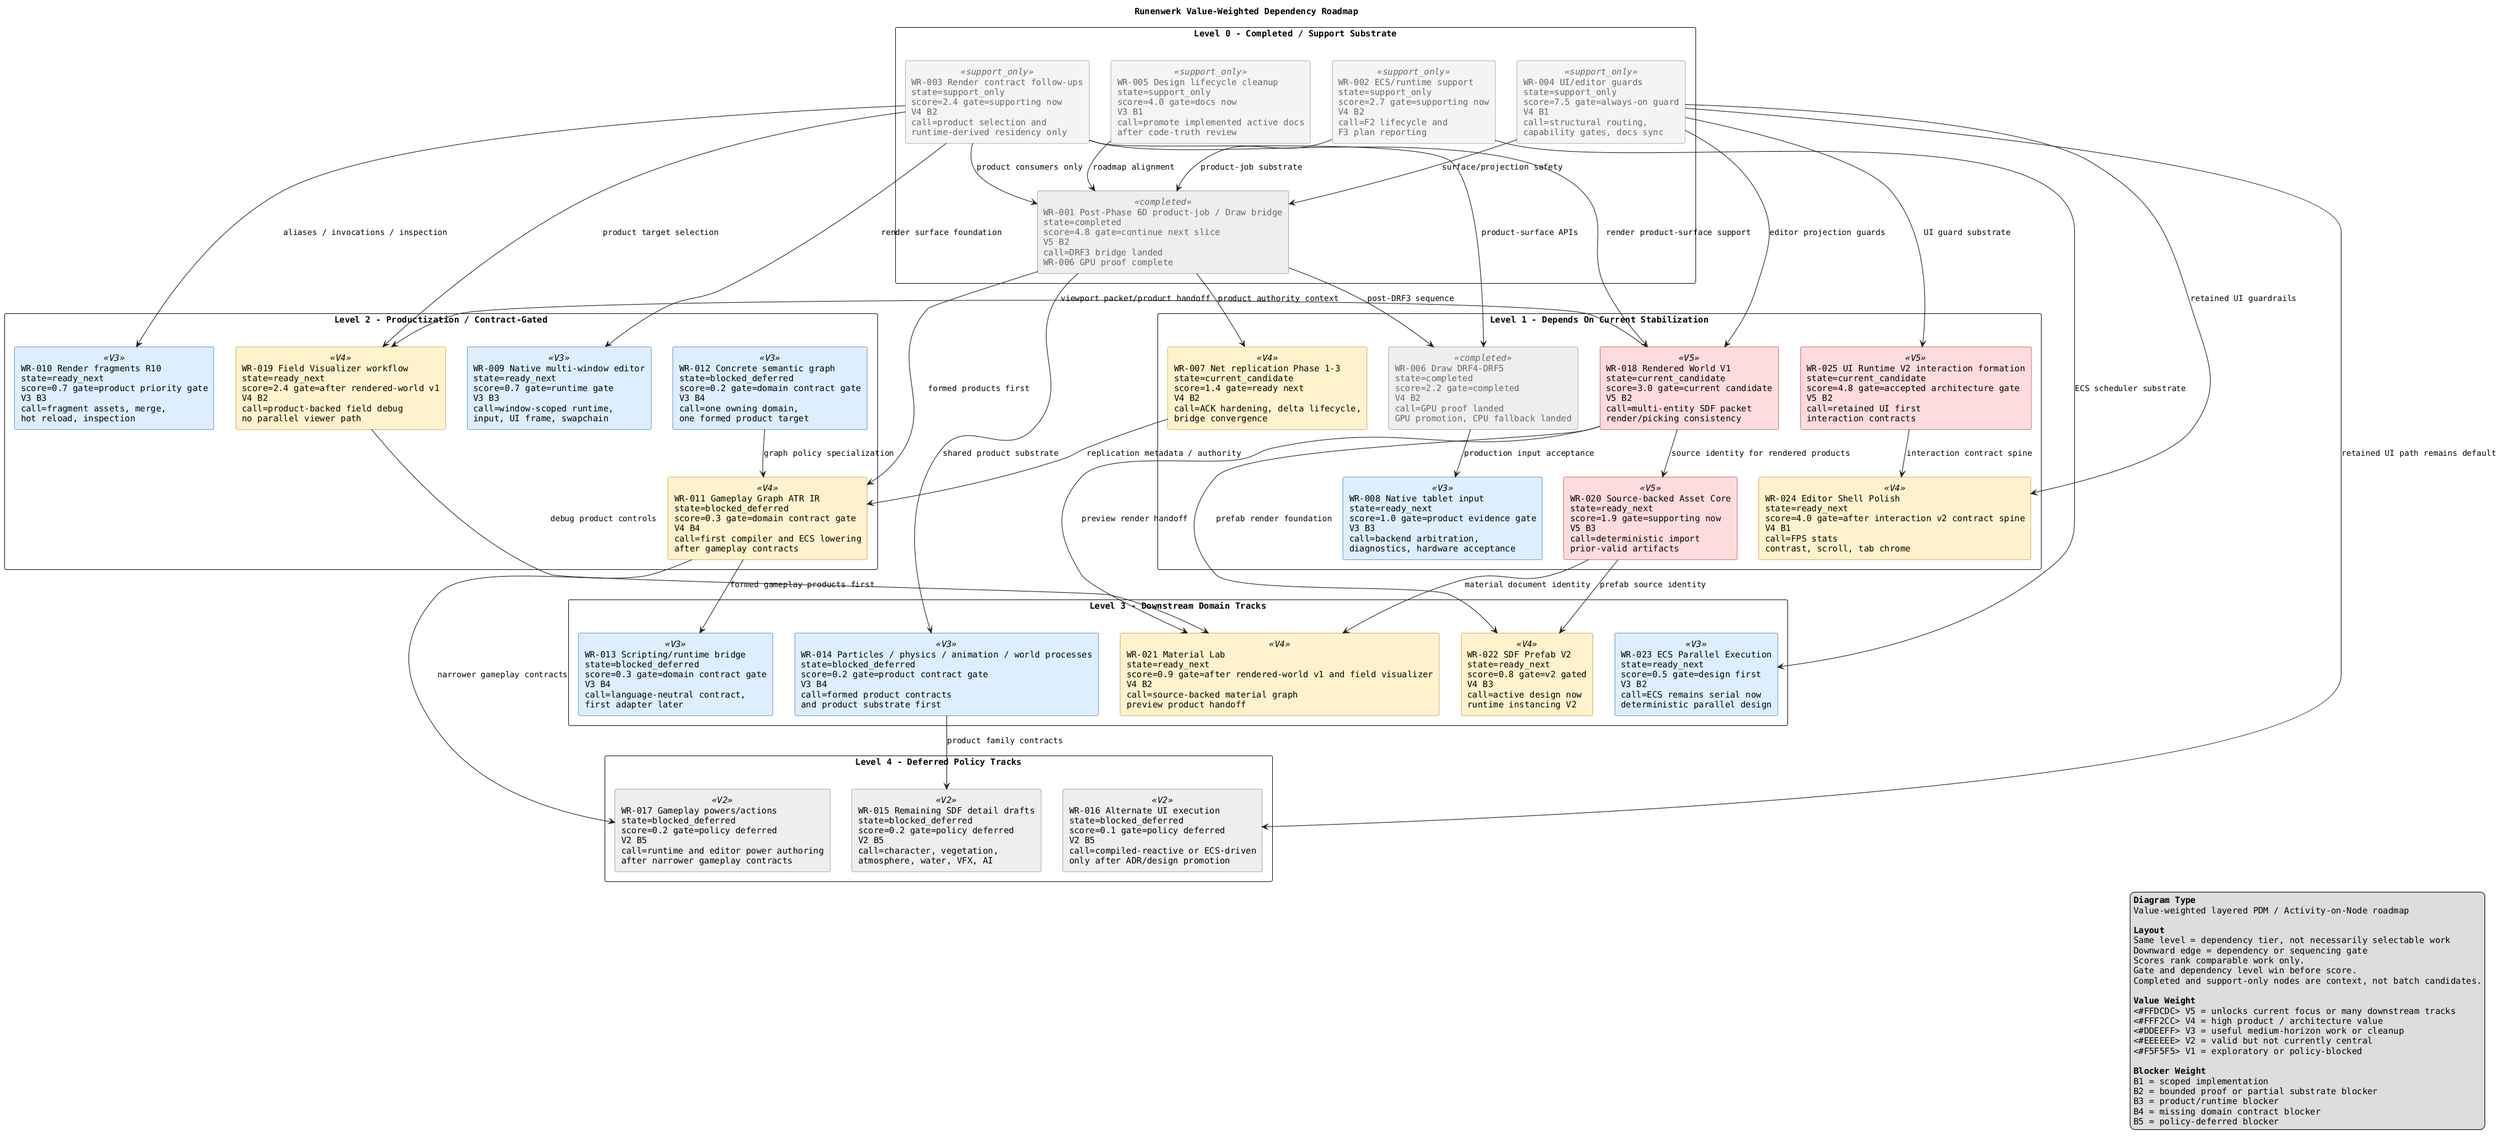
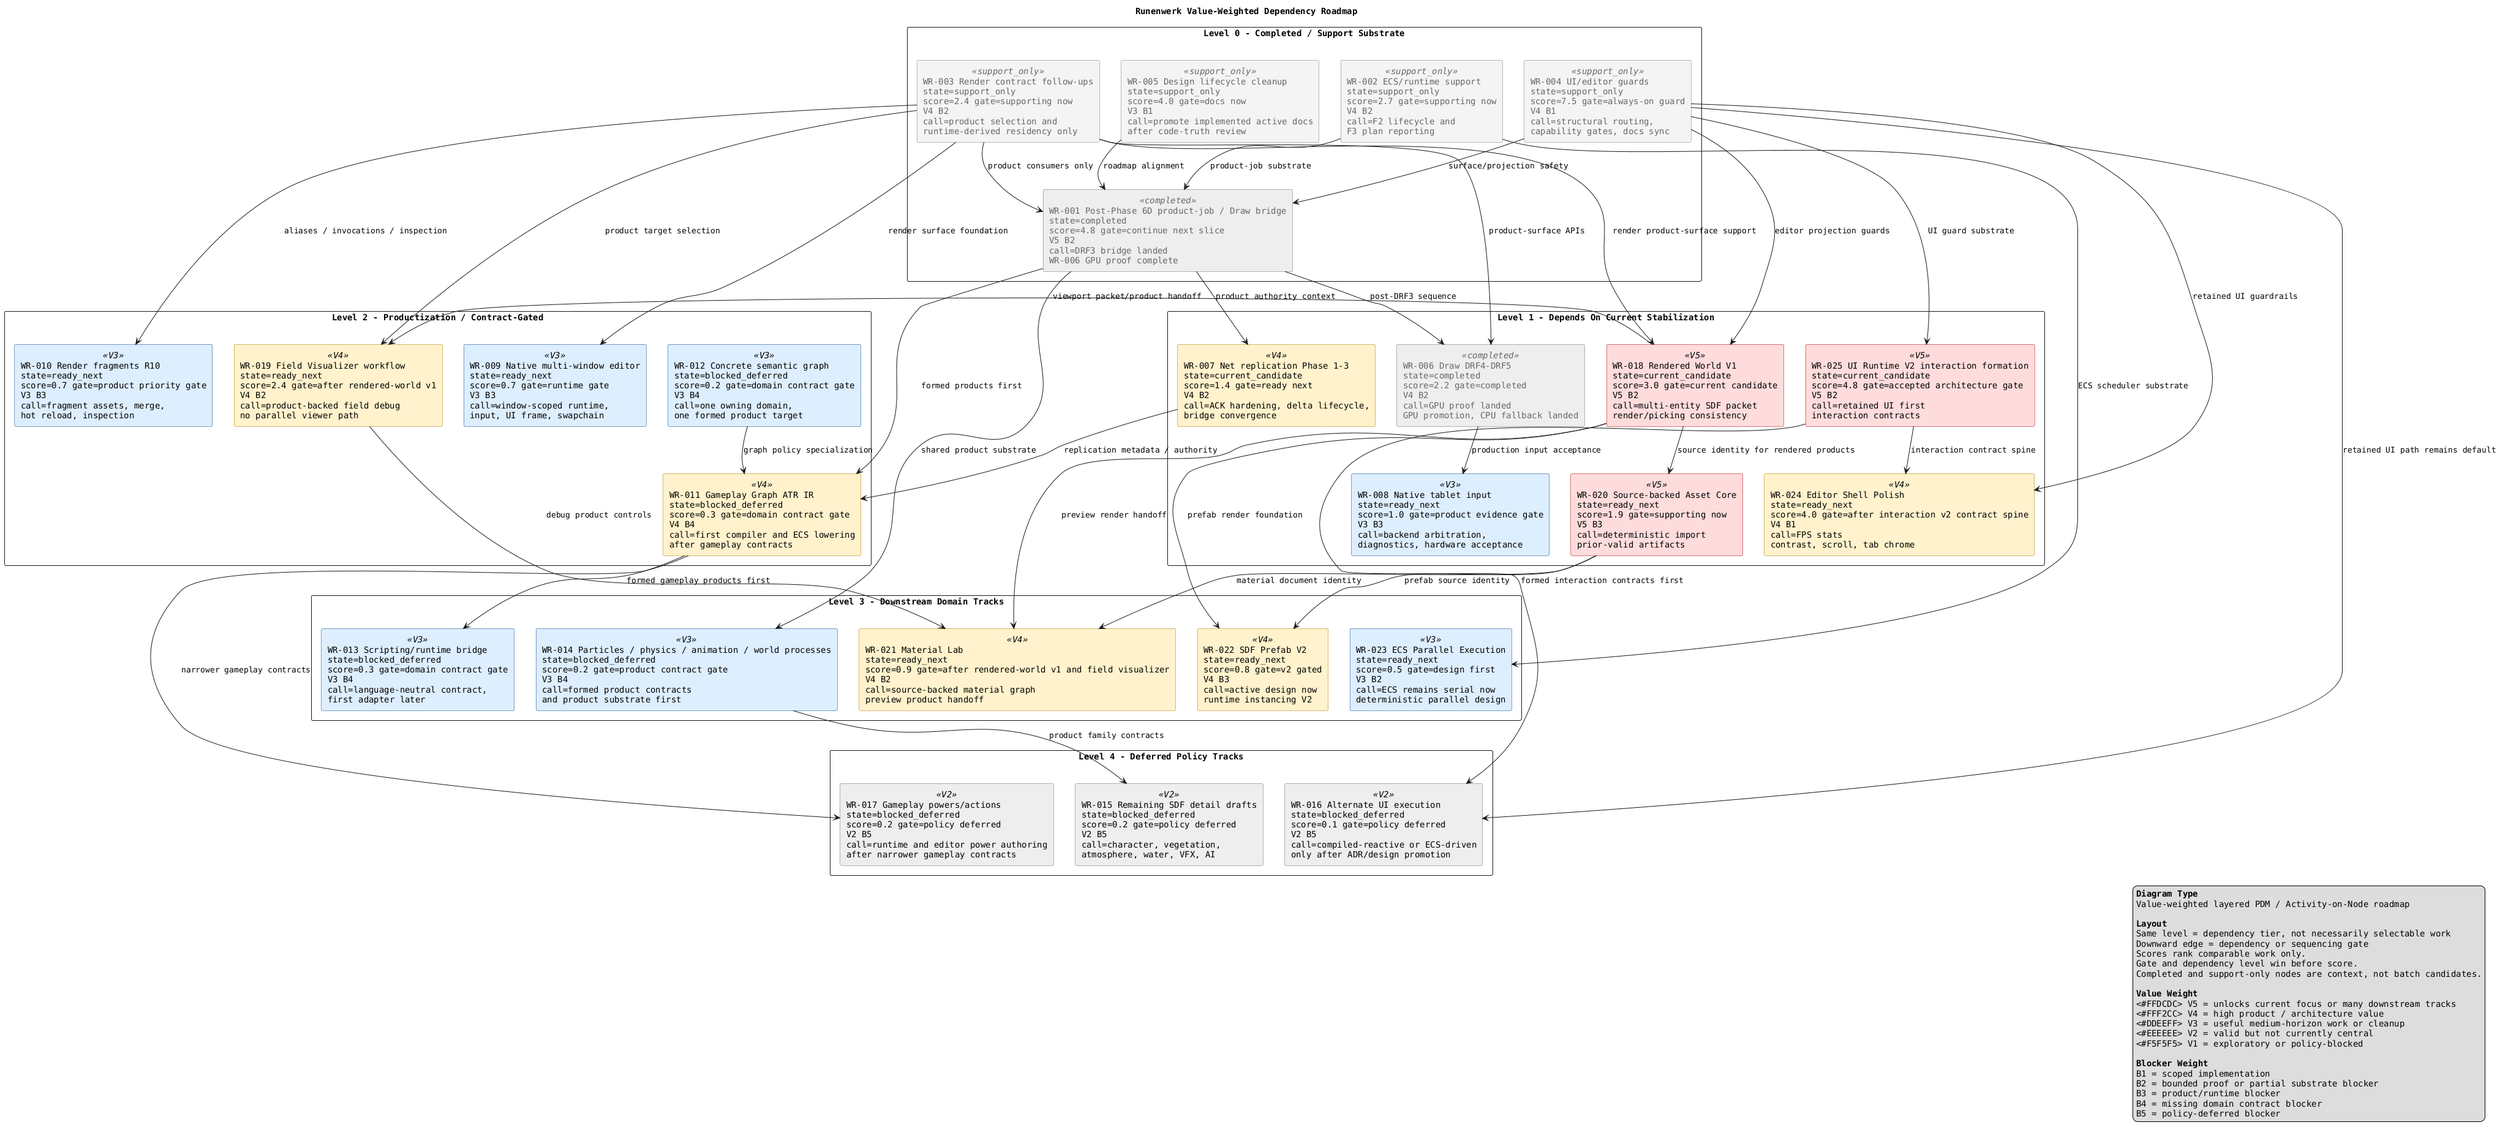
@startuml
title Runenwerk Value-Weighted Dependency Roadmap

top to bottom direction
skinparam componentStyle rectangle
skinparam shadowing false
skinparam packageStyle rectangle
skinparam defaultFontName Monospaced

skinparam component {
  BackgroundColor<<V5>> #FFDCDC
  BorderColor<<V5>> #AA0000
  BackgroundColor<<V4>> #FFF2CC
  BorderColor<<V4>> #AA7700
  BackgroundColor<<V3>> #DDEEFF
  BorderColor<<V3>> #004488
  BackgroundColor<<V2>> #EEEEEE
  BorderColor<<V2>> #666666
  BackgroundColor<<V1>> #F5F5F5
  BorderColor<<V1>> #999999
  BackgroundColor<<completed>> #EEEEEE
  BorderColor<<completed>> #666666
  FontColor<<completed>> #666666
  BackgroundColor<<support_only>> #F4F4F4
  BorderColor<<support_only>> #777777
  FontColor<<support_only>> #666666
}

legend right
  <b>Diagram Type</b>
  Value-weighted layered PDM / Activity-on-Node roadmap

  <b>Layout</b>
  Same level = dependency tier, not necessarily selectable work
  Downward edge = dependency or sequencing gate
  Scores rank comparable work only.
  Gate and dependency level win before score.
  Completed and support-only nodes are context, not batch candidates.

  <b>Value Weight</b>
  <#FFDCDC> V5 = unlocks current focus or many downstream tracks
  <#FFF2CC> V4 = high product / architecture value
  <#DDEEFF> V3 = useful medium-horizon work or cleanup
  <#EEEEEE> V2 = valid but not currently central
  <#F5F5F5> V1 = exploratory or policy-blocked

  <b>Blocker Weight</b>
  B1 = scoped implementation
  B2 = bounded proof or partial substrate blocker
  B3 = product/runtime blocker
  B4 = missing domain contract blocker
  B5 = policy-deferred blocker
endlegend

package "Level 0 - Completed / Support Substrate" {
  component "WR-001 Post-Phase 6D product-job / Draw bridge\nstate=completed\nscore=4.8 gate=continue next slice\nV5 B2\ncall=DRF3 bridge landed\nWR-006 GPU proof complete" as DRAWNEXT <<completed>>

  component "WR-002 ECS/runtime support\nstate=support_only\nscore=2.7 gate=supporting now\nV4 B2\ncall=F2 lifecycle and\nF3 plan reporting" as ECSRUNTIME <<support_only>>

  component "WR-003 Render contract follow-ups\nstate=support_only\nscore=2.4 gate=supporting now\nV4 B2\ncall=product selection and\nruntime-derived residency only" as RENDER <<support_only>>

  component "WR-004 UI/editor guards\nstate=support_only\nscore=7.5 gate=always-on guard\nV4 B1\ncall=structural routing,\ncapability gates, docs sync" as UIGUARDS <<support_only>>

  component "WR-005 Design lifecycle cleanup\nstate=support_only\nscore=4.0 gate=docs now\nV3 B1\ncall=promote implemented active docs\nafter code-truth review" as DOCS <<support_only>>

}

package "Level 1 - Depends On Current Stabilization" {
  component "WR-006 Draw DRF4-DRF5\nstate=completed\nscore=2.2 gate=completed\nV4 B2\ncall=GPU proof landed\nGPU promotion, CPU fallback landed" as DRAW <<completed>>

  component "WR-007 Net replication Phase 1-3\nstate=current_candidate\nscore=1.4 gate=ready next\nV4 B2\ncall=ACK hardening, delta lifecycle,\nbridge convergence" as NET <<V4>>

  component "WR-008 Native tablet input\nstate=ready_next\nscore=1.0 gate=product evidence gate\nV3 B3\ncall=backend arbitration,\ndiagnostics, hardware acceptance" as TABLET <<V3>>

  component "WR-018 Rendered World V1\nstate=current_candidate\nscore=3.0 gate=current candidate\nV5 B2\ncall=multi-entity SDF packet\nrender/picking consistency" as RENDERWORLD <<V5>>

  component "WR-020 Source-backed Asset Core\nstate=ready_next\nscore=1.9 gate=supporting now\nV5 B3\ncall=deterministic import\nprior-valid artifacts" as ASSETCORE <<V5>>

  component "WR-024 Editor Shell Polish\nstate=ready_next\nscore=4.0 gate=after interaction v2 contract spine\nV4 B1\ncall=FPS stats\ncontrast, scroll, tab chrome" as SHELLPOLISH <<V4>>

  component "WR-025 UI Runtime V2 interaction formation\nstate=current_candidate\nscore=4.8 gate=accepted architecture gate\nV5 B2\ncall=retained UI first\ninteraction contracts" as UIV2 <<V5>>

}

package "Level 2 - Productization / Contract-Gated" {
  component "WR-009 Native multi-window editor\nstate=ready_next\nscore=0.7 gate=runtime gate\nV3 B3\ncall=window-scoped runtime,\ninput, UI frame, swapchain" as WINDOW <<V3>>

  component "WR-010 Render fragments R10\nstate=ready_next\nscore=0.7 gate=product priority gate\nV3 B3\ncall=fragment assets, merge,\nhot reload, inspection" as FRAGMENTS <<V3>>

  component "WR-011 Gameplay Graph ATR IR\nstate=blocked_deferred\nscore=0.3 gate=domain contract gate\nV4 B4\ncall=first compiler and ECS lowering\nafter gameplay contracts" as GAMEPLAY <<V4>>

  component "WR-012 Concrete semantic graph\nstate=blocked_deferred\nscore=0.2 gate=domain contract gate\nV3 B4\ncall=one owning domain,\none formed product target" as SEMGRAPH <<V3>>

  component "WR-019 Field Visualizer workflow\nstate=ready_next\nscore=2.4 gate=after rendered-world v1\nV4 B2\ncall=product-backed field debug\nno parallel viewer path" as FIELDVIS <<V4>>

}

package "Level 3 - Downstream Domain Tracks" {
  component "WR-013 Scripting/runtime bridge\nstate=blocked_deferred\nscore=0.3 gate=domain contract gate\nV3 B4\ncall=language-neutral contract,\nfirst adapter later" as SCRIPTING <<V3>>

  component "WR-014 Particles / physics / animation / world processes\nstate=blocked_deferred\nscore=0.2 gate=product contract gate\nV3 B4\ncall=formed product contracts\nand product substrate first" as M6FUTURE <<V3>>

  component "WR-021 Material Lab\nstate=ready_next\nscore=0.9 gate=after rendered-world v1 and field visualizer\nV4 B2\ncall=source-backed material graph\npreview product handoff" as MATLAB <<V4>>

  component "WR-022 SDF Prefab V2\nstate=ready_next\nscore=0.8 gate=v2 gated\nV4 B3\ncall=active design now\nruntime instancing V2" as PREFABV2 <<V4>>

  component "WR-023 ECS Parallel Execution\nstate=ready_next\nscore=0.5 gate=design first\nV3 B2\ncall=ECS remains serial now\ndeterministic parallel design" as ECSPAR <<V3>>

}

package "Level 4 - Deferred Policy Tracks" {
  component "WR-015 Remaining SDF detail drafts\nstate=blocked_deferred\nscore=0.2 gate=policy deferred\nV2 B5\ncall=character, vegetation,\natmosphere, water, VFX, AI" as SDFDETAIL <<V2>>

  component "WR-016 Alternate UI execution\nstate=blocked_deferred\nscore=0.1 gate=policy deferred\nV2 B5\ncall=compiled-reactive or ECS-driven\nonly after ADR/design promotion" as UIALT <<V2>>

  component "WR-017 Gameplay powers/actions\nstate=blocked_deferred\nscore=0.2 gate=policy deferred\nV2 B5\ncall=runtime and editor power authoring\nafter narrower gameplay contracts" as POWERS <<V2>>

}

ECSRUNTIME -down-> DRAWNEXT : product-job substrate
RENDER -down-> DRAWNEXT : product consumers only
UIGUARDS -down-> DRAWNEXT : surface/projection safety
DOCS -down-> DRAWNEXT : roadmap alignment
DRAWNEXT -down-> DRAW : post-DRF3 sequence
RENDER -down-> DRAW : product-surface APIs
DRAW -down-> TABLET : production input acceptance
DRAWNEXT -down-> NET : product authority context
NET -down-> GAMEPLAY : replication metadata / authority
DRAWNEXT -down-> GAMEPLAY : formed products first
SEMGRAPH -down-> GAMEPLAY : graph policy specialization
GAMEPLAY -down-> SCRIPTING : formed gameplay products first
DRAWNEXT -down-> M6FUTURE : shared product substrate
M6FUTURE -down-> SDFDETAIL : product family contracts
RENDER -down-> WINDOW : render surface foundation
RENDER -down-> FRAGMENTS : aliases / invocations / inspection
GAMEPLAY -down-> POWERS : narrower gameplay contracts
UIGUARDS -down-> UIALT : retained UI path remains default
+ UIV2 -down-> UIALT : formed interaction contracts first
RENDER -down-> RENDERWORLD : render product-surface support
UIGUARDS -down-> RENDERWORLD : editor projection guards
RENDERWORLD -down-> FIELDVIS : viewport packet/product handoff
RENDER -down-> FIELDVIS : product target selection
RENDERWORLD -down-> ASSETCORE : source identity for rendered products
RENDERWORLD -down-> MATLAB : preview render handoff
FIELDVIS -down-> MATLAB : debug product controls
ASSETCORE -down-> MATLAB : material document identity
RENDERWORLD -down-> PREFABV2 : prefab render foundation
ASSETCORE -down-> PREFABV2 : prefab source identity
ECSRUNTIME -down-> ECSPAR : ECS scheduler substrate
UIGUARDS -down-> SHELLPOLISH : retained UI guardrails
UIGUARDS -down-> UIV2 : UI guard substrate
UIV2 -down-> SHELLPOLISH : interaction contract spine

@enduml
